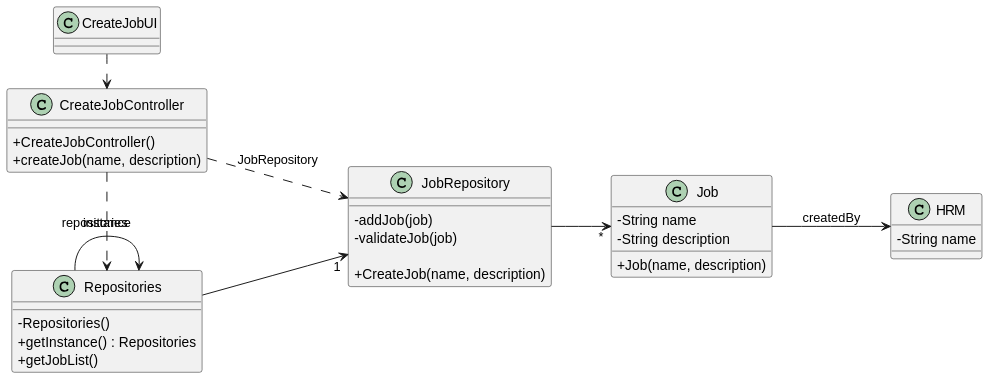
Earlier version of the PlantUML export docs/sprintA&B/us002/03.design/svg/us002-class-diagram.svg (daniel41silva05/ISEP_2023_2024_LAPR2).
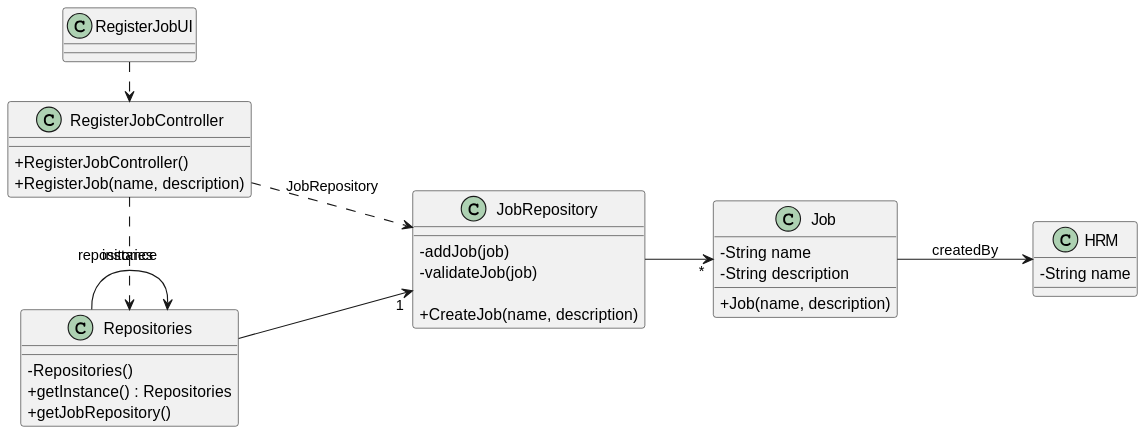
Above is the later version.

Change to the diagram source:
```diff
@@ -27,38 +27,30 @@
     + Job(name, description)
 }
 
-
-
-
 class Repositories {
     - Repositories()
     + getInstance() : Repositories
-    + getJobList()
+    + getJobRepository()
 }
 
-class CreateJobController {
-    + CreateJobController()
-    + createJob(name, description)
+class RegisterJobController {
+    + RegisterJobController()
+    + RegisterJob(name, description)
 
 }
 
-class CreateJobUI {
+class RegisterJobUI {
 }
 
 Repositories -> Repositories : instance
 
-CreateJobUI .> CreateJobController
+RegisterJobUI .> RegisterJobController
 
-CreateJobController .> Repositories : repositories
+RegisterJobController .> Repositories : repositories
 
-
-
-
-
-CreateJobController ..> JobRepository : JobRepository
+RegisterJobController ..> JobRepository : JobRepository
 Repositories --> "1" JobRepository
 
 Job --> HRM : createdBy
 JobRepository --> "*" Job
-
 @enduml
```
